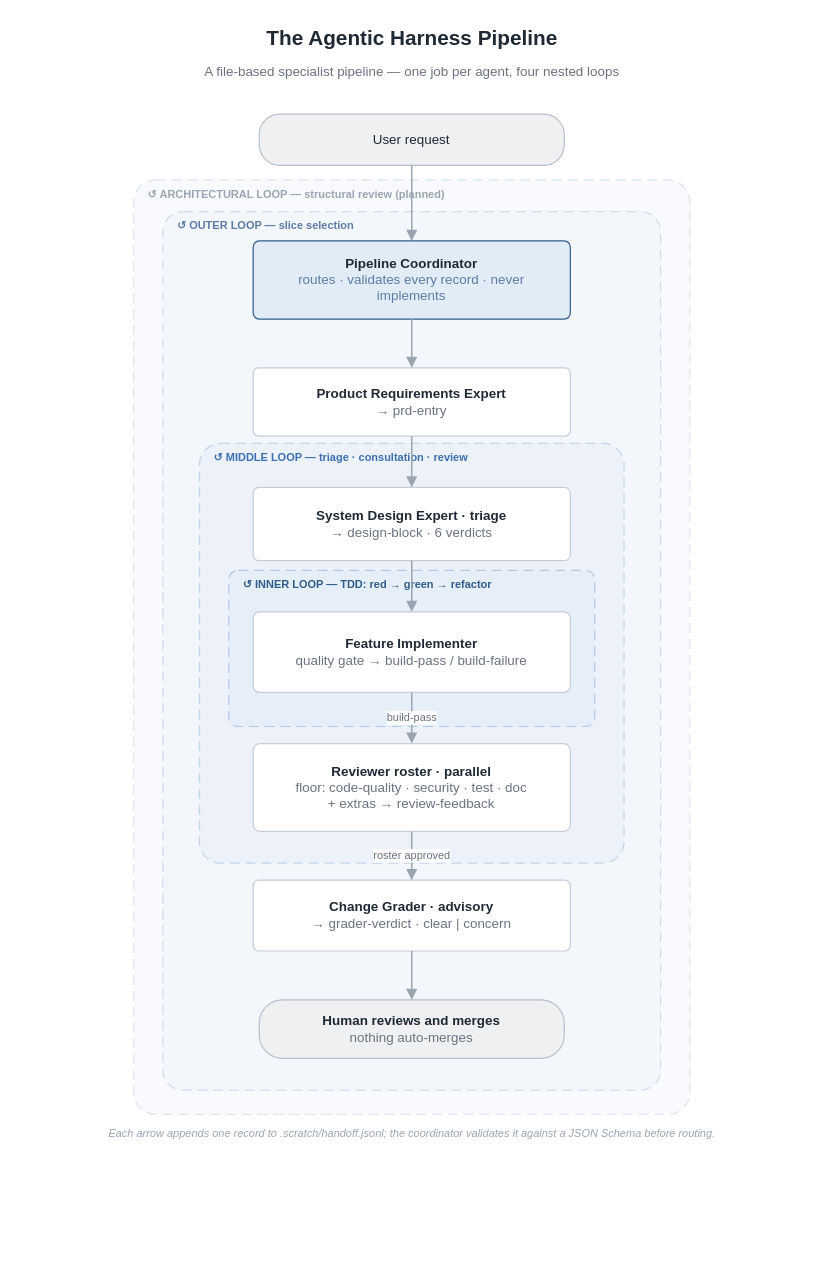
woditschka/agentic-coding-reference keeps this draw.io diagram as docs/images/pipeline-flow.drawio. Above is the earlier version. Source tidied: cells renumbered, new cells numbered last; positions are measured from the earlier drawing's top-left corner, leaving out a move shared by most shapes. Both pictures are drawn from the tidied source at 122%, with x=0, y=0 at pixel (133, 23).
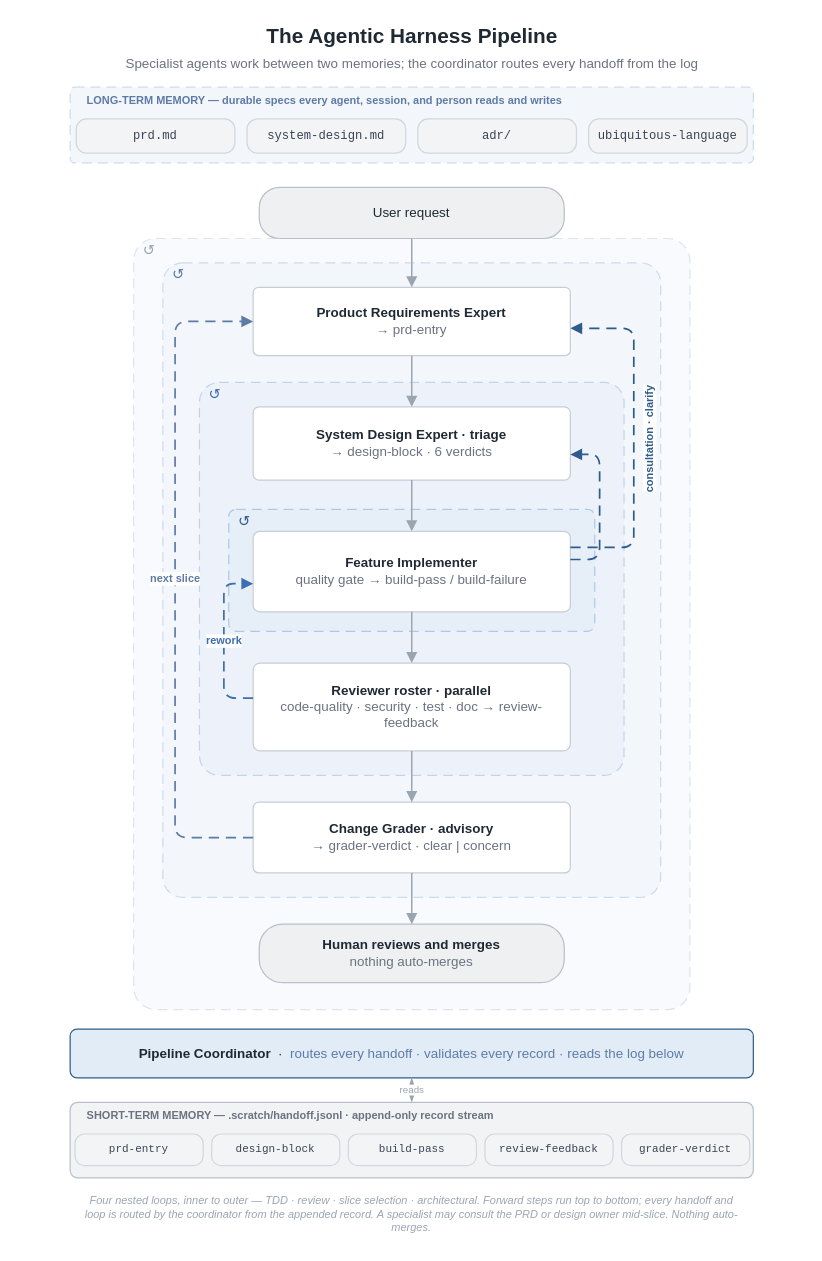
After the change.

Commit message (it also covers changes not shown here):
docs(diagrams): rework pipeline and spec figures

What changed in the source:
```diff
@@
+    <mxCell id="25" value="The Agentic Harness Pipeline" style="text;html=1;align=center;verticalAlign=middle;fontSize=17;fontStyle=1;fontColor=#1F2933;" parent="1" vertex="1">
+      <mxGeometry x="-92" y="-2" width="640" height="26" as="geometry" />
+    </mxCell>
+    <mxCell id="26" value="Specialist agents work between two memories; the coordinator routes every handoff from the log" style="text;html=1;align=center;verticalAlign=middle;fontSize=11;fontColor=#6B7280;" parent="1" vertex="1">
+      <mxGeometry x="-92" y="24" width="640" height="18" as="geometry" />
+    </mxCell>
+    <mxCell id="28" style="rounded=1;arcSize=6;html=1;fillColor=#F3F6FB;strokeColor=#CFDBEC;dashed=1;dashPattern=8 5;" parent="1" vertex="1">
+      <mxGeometry x="-52" y="52" width="560" height="62" as="geometry" />
+    </mxCell>
+    <mxCell id="29" value="prd.md" style="rounded=1;arcSize=30;whiteSpace=wrap;html=1;fillColor=#F3F4F6;strokeColor=#D1D7DE;fontColor=#3B4252;fontSize=10;fontFamily=Courier New;" parent="1" vertex="1">
+      <mxGeometry x="-47" y="78" width="130" height="28" as="geometry" />
+    </mxCell>
+    <mxCell id="30" value="system-design.md" style="rounded=1;arcSize=30;whiteSpace=wrap;html=1;fillColor=#F3F4F6;strokeColor=#D1D7DE;fontColor=#3B4252;fontSize=10;fontFamily=Courier New;" parent="1" vertex="1">
+      <mxGeometry x="93" y="78" width="130" height="28" as="geometry" />
+    </mxCell>
+    <mxCell id="31" value="adr/" style="rounded=1;arcSize=30;whiteSpace=wrap;html=1;fillColor=#F3F4F6;strokeColor=#D1D7DE;fontColor=#3B4252;fontSize=10;fontFamily=Courier New;" parent="1" vertex="1">
+      <mxGeometry x="233" y="78" width="130" height="28" as="geometry" />
+    </mxCell>
+    <mxCell id="32" value="ubiquitous-language" style="rounded=1;arcSize=30;whiteSpace=wrap;html=1;fillColor=#F3F4F6;strokeColor=#D1D7DE;fontColor=#3B4252;fontSize=10;fontFamily=Courier New;" parent="1" vertex="1">
+      <mxGeometry x="373" y="78" width="130" height="28" as="geometry" />
+    </mxCell>
     <mxCell id="2" style="rounded=1;arcSize=4;html=1;fillColor=#F8FAFD;strokeColor=#DDE4EE;dashed=1;dashPattern=8 5;" parent="1" vertex="1">
-      <mxGeometry y="128" width="456" height="766" as="geometry" />
+      <mxGeometry y="176" width="456" height="632" as="geometry" />
     </mxCell>
     <mxCell id="3" style="rounded=1;arcSize=4;html=1;fillColor=#F3F6FB;strokeColor=#CFDBEC;dashed=1;dashPattern=8 5;" parent="1" vertex="1">
-      <mxGeometry x="24" y="154" width="408" height="720" as="geometry" />
+      <mxGeometry x="24" y="196" width="408" height="520" as="geometry" />
     </mxCell>
     <mxCell id="4" style="rounded=1;arcSize=5;html=1;fillColor=#EDF2FA;strokeColor=#C2D3EC;dashed=1;dashPattern=8 5;" parent="1" vertex="1">
-      <mxGeometry x="54" y="344" width="348" height="344" as="geometry" />
+      <mxGeometry x="54" y="294" width="348" height="322" as="geometry" />
     </mxCell>
     <mxCell id="5" style="rounded=1;arcSize=6;html=1;fillColor=#E6EEF8;strokeColor=#AFC8E8;dashed=1;dashPattern=8 5;" parent="1" vertex="1">
-      <mxGeometry x="78" y="448" width="300" height="128" as="geometry" />
+      <mxGeometry x="78" y="398" width="300" height="100" as="geometry" />
     </mxCell>
-    <mxCell id="6" value="↺ ARCHITECTURAL LOOP — structural review (planned)" style="text;html=1;align=left;verticalAlign=middle;fontSize=9;fontStyle=1;fontColor=#9AA5B1;letterSpacing=1;" parent="1" vertex="1">
-      <mxGeometry x="10" y="132" width="340" height="16" as="geometry" />
-    </mxCell>
-    <mxCell id="7" value="↺ OUTER LOOP — slice selection" style="text;html=1;align=left;verticalAlign=middle;fontSize=9;fontStyle=1;fontColor=#5E7BA6;letterSpacing=1;" parent="1" vertex="1">
-      <mxGeometry x="34" y="158" width="280" height="16" as="geometry" />
-    </mxCell>
-    <mxCell id="8" value="↺ MIDDLE LOOP — triage · consultation · review" style="text;html=1;align=left;verticalAlign=middle;fontSize=9;fontStyle=1;fontColor=#3B6FB0;letterSpacing=1;" parent="1" vertex="1">
-      <mxGeometry x="64" y="348" width="330" height="16" as="geometry" />
-    </mxCell>
-    <mxCell id="9" value="↺ INNER LOOP — TDD: red → green → refactor" style="text;html=1;align=left;verticalAlign=middle;fontSize=9;fontStyle=1;fontColor=#2F5D8A;letterSpacing=1;" parent="1" vertex="1">
-      <mxGeometry x="88" y="452" width="290" height="16" as="geometry" />
-    </mxCell>
+    <mxCell id="33" value="↺" style="text;html=1;align=left;verticalAlign=middle;fontSize=12;fontColor=#9AA5B1;" parent="1" vertex="1">
+      <mxGeometry x="6" y="178" width="16" height="16" as="geometry" />
+    </mxCell>
+    <mxCell id="34" value="↺" style="text;html=1;align=left;verticalAlign=middle;fontSize=12;fontColor=#5E7BA6;" parent="1" vertex="1">
+      <mxGeometry x="30" y="198" width="16" height="16" as="geometry" />
+    </mxCell>
+    <mxCell id="35" value="↺" style="text;html=1;align=left;verticalAlign=middle;fontSize=12;fontColor=#3B6FB0;" parent="1" vertex="1">
+      <mxGeometry x="60" y="296" width="16" height="16" as="geometry" />
+    </mxCell>
+    <mxCell id="36" value="↺" style="text;html=1;align=left;verticalAlign=middle;fontSize=12;fontColor=#2F5D8A;" parent="1" vertex="1">
+      <mxGeometry x="84" y="400" width="16" height="16" as="geometry" />
+    </mxCell>
     <mxCell id="10" value="User request" style="rounded=1;arcSize=40;whiteSpace=wrap;html=1;fillColor=#EEF0F2;strokeColor=#B9C0C9;fontSize=11;fontColor=#1F2933;verticalAlign=middle;spacingLeft=6;spacingRight=6;" parent="1" vertex="1">
-      <mxGeometry x="103" y="74" width="250" height="42" as="geometry" />
+      <mxGeometry x="103" y="134" width="250" height="42" as="geometry" />
     </mxCell>
-    <mxCell id="11" value="&lt;b&gt;Pipeline Coordinator&lt;/b&gt;&lt;br&gt;&lt;font color=&quot;#5E7BA6&quot;&gt;routes · validates every record · never implements&lt;/font&gt;" style="rounded=1;arcSize=8;whiteSpace=wrap;html=1;fillColor=#E1ECF7;strokeColor=#2F5D8A;fontSize=11;fontColor=#1F2933;verticalAlign=middle;spacingLeft=8;spacingRight=8;" parent="1" vertex="1">
-      <mxGeometry x="98" y="178" width="260" height="64" as="geometry" />
-    </mxCell>
     <mxCell id="12" value="&lt;b&gt;Product Requirements Expert&lt;/b&gt;&lt;br&gt;&lt;font color=&quot;#6B7280&quot;&gt;→ prd-entry&lt;/font&gt;" style="rounded=1;arcSize=8;whiteSpace=wrap;html=1;fillColor=#FFFFFF;strokeColor=#C7CDD6;fontSize=11;fontColor=#1F2933;verticalAlign=middle;spacingLeft=8;spacingRight=8;" parent="1" vertex="1">
-      <mxGeometry x="98" y="282" width="260" height="56" as="geometry" />
+      <mxGeometry x="98" y="216" width="260" height="56" as="geometry" />
     </mxCell>
     <mxCell id="13" value="&lt;b&gt;System Design Expert · triage&lt;/b&gt;&lt;br&gt;&lt;font color=&quot;#6B7280&quot;&gt;→ design-block · 6 verdicts&lt;/font&gt;" style="rounded=1;arcSize=8;whiteSpace=wrap;html=1;fillColor=#FFFFFF;strokeColor=#C7CDD6;fontSize=11;fontColor=#1F2933;verticalAlign=middle;spacingLeft=8;spacingRight=8;" parent="1" vertex="1">
-      <mxGeometry x="98" y="380" width="260" height="60" as="geometry" />
+      <mxGeometry x="98" y="314" width="260" height="60" as="geometry" />
     </mxCell>
     <mxCell id="14" value="&lt;b&gt;Feature Implementer&lt;/b&gt;&lt;br&gt;&lt;font color=&quot;#6B7280&quot;&gt;quality gate → build-pass / build-failure&lt;/font&gt;" style="rounded=1;arcSize=8;whiteSpace=wrap;html=1;fillColor=#FFFFFF;strokeColor=#C7CDD6;fontSize=11;fontColor=#1F2933;verticalAlign=middle;spacingLeft=8;spacingRight=8;" parent="1" vertex="1">
-      <mxGeometry x="98" y="482" width="260" height="66" as="geometry" />
+      <mxGeometry x="98" y="416" width="260" height="66" as="geometry" />
     </mxCell>
-    <mxCell id="15" value="&lt;b&gt;Reviewer roster · parallel&lt;/b&gt;&lt;br&gt;&lt;font color=&quot;#6B7280&quot;&gt;floor: code-quality · security · test · doc&amp;#10;+ extras → review-feedback&lt;/font&gt;" style="rounded=1;arcSize=8;whiteSpace=wrap;html=1;fillColor=#FFFFFF;strokeColor=#C7CDD6;fontSize=11;fontColor=#1F2933;verticalAlign=middle;spacingLeft=8;spacingRight=8;" parent="1" vertex="1">
-      <mxGeometry x="98" y="590" width="260" height="72" as="geometry" />
+    <mxCell id="15" value="&lt;b&gt;Reviewer roster · parallel&lt;/b&gt;&lt;br&gt;&lt;font color=&quot;#6B7280&quot;&gt;code-quality · security · test · doc → review-feedback&lt;/font&gt;" style="rounded=1;arcSize=8;whiteSpace=wrap;html=1;fillColor=#FFFFFF;strokeColor=#C7CDD6;fontSize=11;fontColor=#1F2933;verticalAlign=middle;spacingLeft=8;spacingRight=8;" parent="1" vertex="1">
+      <mxGeometry x="98" y="524" width="260" height="72" as="geometry" />
     </mxCell>
     <mxCell id="16" value="&lt;b&gt;Change Grader · advisory&lt;/b&gt;&lt;br&gt;&lt;font color=&quot;#6B7280&quot;&gt;→ grader-verdict · clear | concern&lt;/font&gt;" style="rounded=1;arcSize=8;whiteSpace=wrap;html=1;fillColor=#FFFFFF;strokeColor=#C7CDD6;fontSize=11;fontColor=#1F2933;verticalAlign=middle;spacingLeft=8;spacingRight=8;" parent="1" vertex="1">
-      <mxGeometry x="98" y="702" width="260" height="58" as="geometry" />
+      <mxGeometry x="98" y="638" width="260" height="58" as="geometry" />
     </mxCell>
     <mxCell id="17" value="&lt;b&gt;Human reviews and merges&lt;/b&gt;&lt;br&gt;&lt;font color=&quot;#6B7280&quot;&gt;nothing auto-merges&lt;/font&gt;" style="rounded=1;arcSize=40;whiteSpace=wrap;html=1;fillColor=#EEF0F2;strokeColor=#B9C0C9;fontSize=11;fontColor=#1F2933;verticalAlign=middle;spacingLeft=8;spacingRight=8;" parent="1" vertex="1">
-      <mxGeometry x="103" y="800" width="250" height="48" as="geometry" />
+      <mxGeometry x="103" y="738" width="250" height="48" as="geometry" />
     </mxCell>
-    <mxCell id="18" style="edgeStyle=orthogonalEdgeStyle;rounded=0;html=1;endArrow=block;endSize=6;strokeColor=#9AA5B1;strokeWidth=1.2;" parent="1" edge="1" source="10" target="11">
+    <mxCell id="18" style="edgeStyle=orthogonalEdgeStyle;rounded=0;html=1;endArrow=block;endSize=6;strokeColor=#9AA5B1;strokeWidth=1.2;" parent="1" edge="1" source="10" target="12">
       <mxGeometry relative="1" as="geometry" />
     </mxCell>
-    <mxCell id="19" style="edgeStyle=orthogonalEdgeStyle;rounded=0;html=1;endArrow=block;endSize=6;strokeColor=#9AA5B1;strokeWidth=1.2;" parent="1" edge="1" source="11" target="12">
+    <mxCell id="19" style="edgeStyle=orthogonalEdgeStyle;rounded=0;html=1;endArrow=block;endSize=6;strokeColor=#9AA5B1;strokeWidth=1.2;" parent="1" edge="1" source="12" target="13">
       <mxGeometry relative="1" as="geometry" />
     </mxCell>
-    <mxCell id="20" style="edgeStyle=orthogonalEdgeStyle;rounded=0;html=1;endArrow=block;endSize=6;strokeColor=#9AA5B1;strokeWidth=1.2;" parent="1" edge="1" source="12" target="13">
+    <mxCell id="20" style="edgeStyle=orthogonalEdgeStyle;rounded=0;html=1;endArrow=block;endSize=6;strokeColor=#9AA5B1;strokeWidth=1.2;" parent="1" edge="1" source="13" target="14">
       <mxGeometry relative="1" as="geometry" />
     </mxCell>
-    <mxCell id="21" style="edgeStyle=orthogonalEdgeStyle;rounded=0;html=1;endArrow=block;endSize=6;strokeColor=#9AA5B1;strokeWidth=1.2;" parent="1" edge="1" source="13" target="14">
+    <mxCell id="21" style="edgeStyle=orthogonalEdgeStyle;rounded=0;html=1;endArrow=block;endSize=6;strokeColor=#9AA5B1;strokeWidth=1.2;" parent="1" edge="1" source="14" target="15">
       <mxGeometry relative="1" as="geometry" />
     </mxCell>
-    <mxCell id="22" value="build-pass" style="edgeStyle=orthogonalEdgeStyle;rounded=0;html=1;endArrow=block;endSize=6;strokeColor=#9AA5B1;strokeWidth=1.2;fontSize=9;fontColor=#6B7280;labelBackgroundColor=#FFFFFF;" parent="1" edge="1" source="14" target="15">
+    <mxCell id="22" style="edgeStyle=orthogonalEdgeStyle;rounded=0;html=1;endArrow=block;endSize=6;strokeColor=#9AA5B1;strokeWidth=1.2;" parent="1" edge="1" source="15" target="16">
       <mxGeometry relative="1" as="geometry" />
     </mxCell>
-    <mxCell id="23" value="roster approved" style="edgeStyle=orthogonalEdgeStyle;rounded=0;html=1;endArrow=block;endSize=6;strokeColor=#9AA5B1;strokeWidth=1.2;fontSize=9;fontColor=#6B7280;labelBackgroundColor=#FFFFFF;" parent="1" edge="1" source="15" target="16">
+    <mxCell id="23" style="edgeStyle=orthogonalEdgeStyle;rounded=0;html=1;endArrow=block;endSize=6;strokeColor=#9AA5B1;strokeWidth=1.2;" parent="1" edge="1" source="16" target="17">
       <mxGeometry relative="1" as="geometry" />
     </mxCell>
-    <mxCell id="24" style="edgeStyle=orthogonalEdgeStyle;rounded=0;html=1;endArrow=block;endSize=6;strokeColor=#9AA5B1;strokeWidth=1.2;" parent="1" edge="1" source="16" target="17">
-      <mxGeometry relative="1" as="geometry" />
-    </mxCell>
-    <mxCell id="25" value="The Agentic Harness Pipeline" style="text;html=1;align=center;verticalAlign=middle;fontSize=17;fontStyle=1;fontColor=#1F2933;" parent="1" vertex="1">
-      <mxGeometry width="456" height="26" as="geometry" />
-    </mxCell>
-    <mxCell id="26" value="A file-based specialist pipeline — one job per agent, four nested loops" style="text;html=1;align=center;verticalAlign=middle;fontSize=11;fontColor=#6B7280;" parent="1" vertex="1">
-      <mxGeometry y="30" width="456" height="18" as="geometry" />
-    </mxCell>
+    <mxCell id="37" value="next slice" style="edgeStyle=orthogonalEdgeStyle;rounded=1;html=1;endArrow=block;endSize=6;strokeColor=#5E7BA6;strokeWidth=1.4;dashed=1;dashPattern=6 4;exitX=0;exitY=0.5;entryX=0;entryY=0.5;fontSize=9;fontStyle=1;fontColor=#5E7BA6;labelBackgroundColor=#FFFFFF;" parent="1" edge="1" source="16" target="12">
+      <mxGeometry relative="1" as="geometry">
+        <Array as="points">
+          <mxPoint x="34" y="667" />
+          <mxPoint x="34" y="244" />
+        </Array>
+      </mxGeometry>
+    </mxCell>
+    <mxCell id="38" value="rework" style="edgeStyle=orthogonalEdgeStyle;rounded=1;html=1;endArrow=block;endSize=6;strokeColor=#3B6FB0;strokeWidth=1.4;dashed=1;dashPattern=6 4;exitX=0;exitY=0.4;entryX=0;entryY=0.65;fontSize=9;fontStyle=1;fontColor=#3B6FB0;labelBackgroundColor=#FFFFFF;" parent="1" edge="1" source="15" target="14">
+      <mxGeometry relative="1" as="geometry">
+        <Array as="points">
+          <mxPoint x="74" y="553" />
+          <mxPoint x="74" y="459" />
+        </Array>
+      </mxGeometry>
+    </mxCell>
+    <mxCell id="39" style="edgeStyle=orthogonalEdgeStyle;rounded=1;html=1;endArrow=block;endSize=6;strokeColor=#2F5D8A;strokeWidth=1.4;dashed=1;dashPattern=6 4;exitX=1;exitY=0.35;entryX=1;entryY=0.65;" parent="1" edge="1" source="14" target="13">
+      <mxGeometry relative="1" as="geometry">
+        <Array as="points">
+          <mxPoint x="382" y="439" />
+          <mxPoint x="382" y="353" />
+        </Array>
+      </mxGeometry>
+    </mxCell>
+    <mxCell id="40" style="edgeStyle=orthogonalEdgeStyle;rounded=1;html=1;endArrow=block;endSize=6;strokeColor=#2F5D8A;strokeWidth=1.4;dashed=1;dashPattern=6 4;exitX=1;exitY=0.2;entryX=1;entryY=0.6;" parent="1" edge="1" source="14" target="12">
+      <mxGeometry relative="1" as="geometry">
+        <Array as="points">
+          <mxPoint x="410" y="429" />
+          <mxPoint x="410" y="250" />
+        </Array>
+      </mxGeometry>
+    </mxCell>
+    <mxCell id="41" value="consultation · clarify" style="text;html=1;align=center;verticalAlign=middle;fontSize=9;fontStyle=1;fontColor=#2F5D8A;labelBackgroundColor=#FFFFFF;rotation=-90;" parent="1" vertex="1">
+      <mxGeometry x="363" y="334" width="120" height="14" as="geometry" />
+    </mxCell>
+    <mxCell id="42" value="&lt;b&gt;Pipeline Coordinator&lt;/b&gt;&amp;nbsp;&amp;nbsp;·&amp;nbsp;&amp;nbsp;&lt;font color=&quot;#5E7BA6&quot;&gt;routes every handoff · validates every record · reads the log below&lt;/font&gt;" style="rounded=1;arcSize=14;whiteSpace=wrap;html=1;fillColor=#E1ECF7;strokeColor=#2F5D8A;fontSize=11;fontColor=#1F2933;verticalAlign=middle;" parent="1" vertex="1">
+      <mxGeometry x="-52" y="824" width="560" height="40" as="geometry" />
+    </mxCell>
+    <mxCell id="43" value="reads" style="edgeStyle=none;rounded=0;html=1;endArrow=classicThin;startArrow=classicThin;endSize=5;startSize=5;strokeColor=#9AA5B1;strokeWidth=1;dashed=1;dashPattern=4 4;fontSize=8;fontColor=#9AA5B1;labelBackgroundColor=#FFFFFF;exitX=0.5;exitY=1;entryX=0.5;entryY=0;" parent="1" edge="1" source="42" target="44">
+      <mxGeometry relative="1" as="geometry" />
+    </mxCell>
+    <mxCell id="44" style="rounded=1;arcSize=10;html=1;fillColor=#F1F3F5;strokeColor=#B9C0C9;" parent="1" vertex="1">
+      <mxGeometry x="-52" y="884" width="560" height="62" as="geometry" />
+    </mxCell>
+    <mxCell id="45" value="prd-entry" style="rounded=1;arcSize=30;whiteSpace=wrap;html=1;fillColor=#F3F4F6;strokeColor=#D1D7DE;fontColor=#3B4252;fontSize=9;fontFamily=Courier New;" parent="1" vertex="1">
+      <mxGeometry x="-48" y="910" width="105" height="26" as="geometry" />
+    </mxCell>
+    <mxCell id="46" value="design-block" style="rounded=1;arcSize=30;whiteSpace=wrap;html=1;fillColor=#F3F4F6;strokeColor=#D1D7DE;fontColor=#3B4252;fontSize=9;fontFamily=Courier New;" parent="1" vertex="1">
+      <mxGeometry x="64" y="910" width="105" height="26" as="geometry" />
+    </mxCell>
+    <mxCell id="47" value="build-pass" style="rounded=1;arcSize=30;whiteSpace=wrap;html=1;fillColor=#F3F4F6;strokeColor=#D1D7DE;fontColor=#3B4252;fontSize=9;fontFamily=Courier New;" parent="1" vertex="1">
+      <mxGeometry x="176" y="910" width="105" height="26" as="geometry" />
+    </mxCell>
+    <mxCell id="48" value="review-feedback" style="rounded=1;arcSize=30;whiteSpace=wrap;html=1;fillColor=#F3F4F6;strokeColor=#D1D7DE;fontColor=#3B4252;fontSize=9;fontFamily=Courier New;" parent="1" vertex="1">
+      <mxGeometry x="288" y="910" width="105" height="26" as="geometry" />
+    </mxCell>
+    <mxCell id="49" value="grader-verdict" style="rounded=1;arcSize=30;whiteSpace=wrap;html=1;fillColor=#F3F4F6;strokeColor=#D1D7DE;fontColor=#3B4252;fontSize=9;fontFamily=Courier New;" parent="1" vertex="1">
+      <mxGeometry x="400" y="910" width="105" height="26" as="geometry" />
+    </mxCell>
-    <mxCell id="27" value="Each arrow appends one record to .scratch/handoff.jsonl; the coordinator validates it against a JSON Schema before routing." style="text;html=1;align=center;verticalAlign=middle;fontSize=9;fontStyle=2;fontColor=#9AA5B1;" parent="1" vertex="1">
-      <mxGeometry y="900" width="456" height="20" as="geometry" />
+    <mxCell id="27" value="Four nested loops, inner to outer — TDD · review · slice selection · architectural. Forward steps run top to bottom; every handoff and loop is routed by the coordinator from the appended record. A specialist may consult the PRD or design owner mid-slice. Nothing auto-merges." style="text;html=1;align=center;verticalAlign=middle;whiteSpace=wrap;fontSize=9;fontStyle=2;fontColor=#9AA5B1;" parent="1" vertex="1">
+      <mxGeometry x="-42" y="954" width="540" height="44" as="geometry" />
     </mxCell>
+    <mxCell id="50" value="LONG-TERM MEMORY — durable specs every agent, session, and person reads and writes" style="text;html=1;align=left;verticalAlign=middle;fontSize=9;fontStyle=1;fontColor=#5E7BA6;letterSpacing=1;fillColor=#F3F6FB;strokeColor=none;spacingRight=4;" parent="1" vertex="1">
+      <mxGeometry x="-40" y="56" width="520" height="14" as="geometry" />
+    </mxCell>
+    <mxCell id="51" value="SHORT-TERM MEMORY — .scratch/handoff.jsonl · append-only record stream" style="text;html=1;align=left;verticalAlign=middle;fontSize=9;fontStyle=1;fontColor=#6B7280;letterSpacing=1;fillColor=#F1F3F5;strokeColor=none;spacingRight=4;" parent="1" vertex="1">
+      <mxGeometry x="-40" y="888" width="520" height="14" as="geometry" />
+    </mxCell>
```
